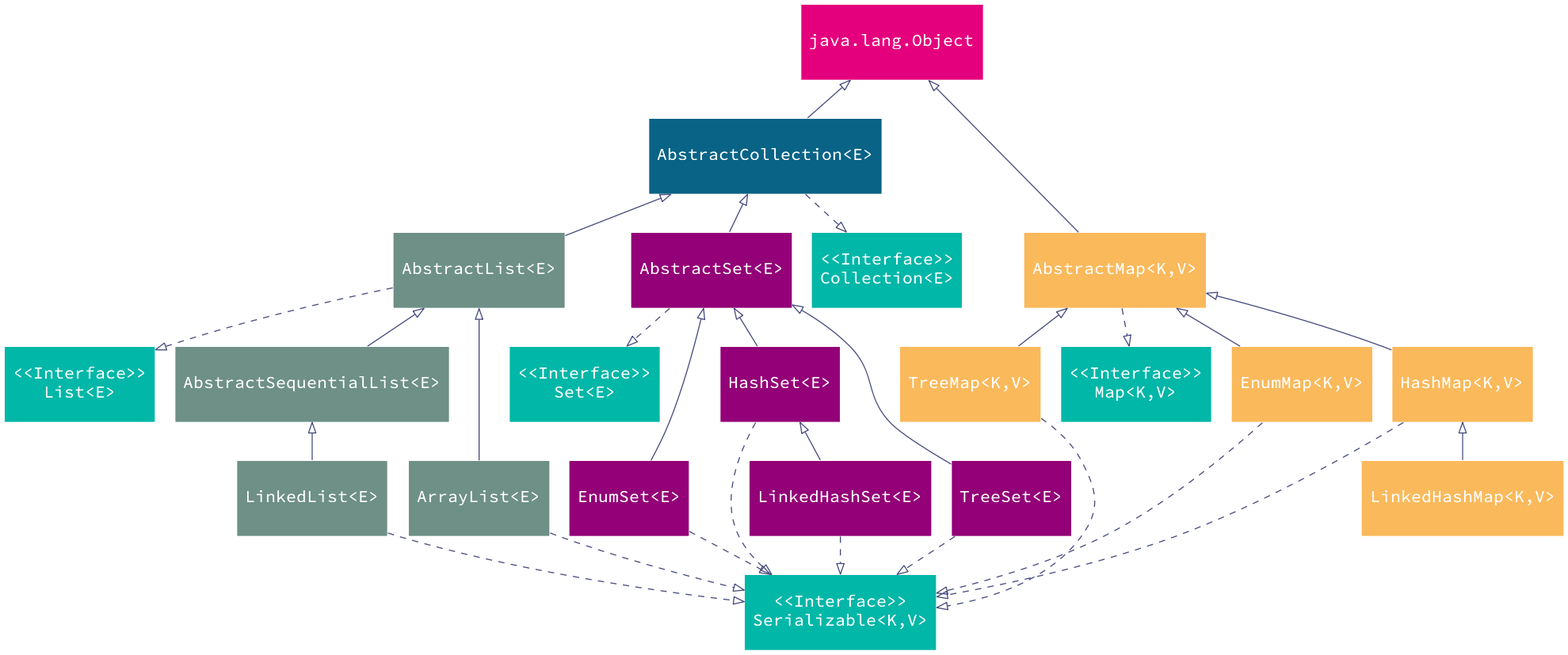
Jeanhwea/jeanhwea.github.io keeps this Graphviz diagram as static/image/2019/07/java-collections.png. Above is the earlier version. Its source is kept beside it as static/image/2019/07/java-collections.dot.
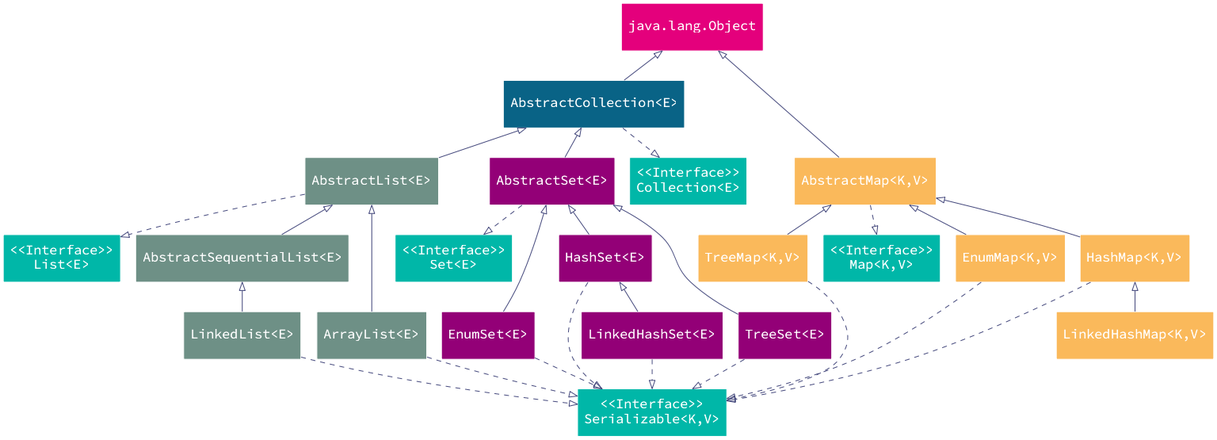
After the commit.

What changed in the source:
```diff
@@ -1,4 +1,5 @@
 digraph javaCollection {
+  size="16"
   node [
     shape=box;
     style="filled";
@@ -6,7 +7,7 @@
     fontsize=16;
     color="#ffffff";
     fontcolor="#ffffff";
-    height=1;
+    height=0.8;
   ];
 
   edge [
```
